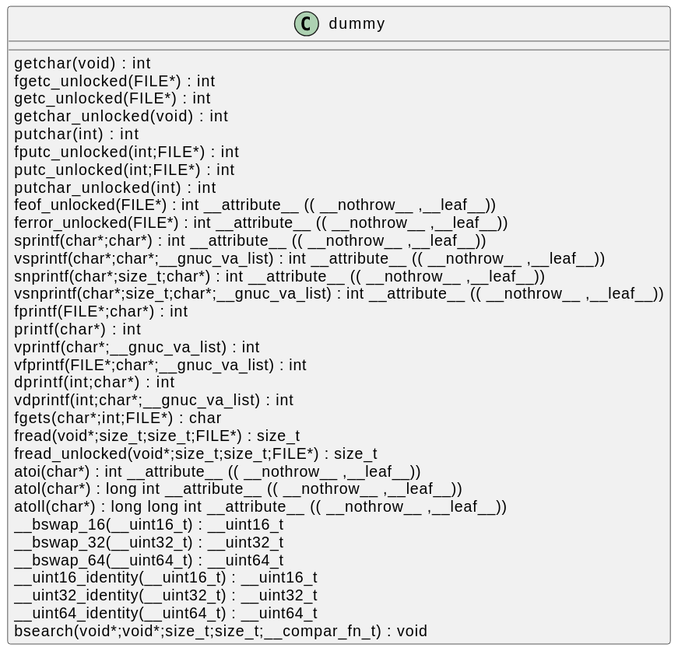
Before: docs/qc/crypto/evp/e_rc4.c.svg, a diagram exported from PlantUML (qualitesys/openssl).
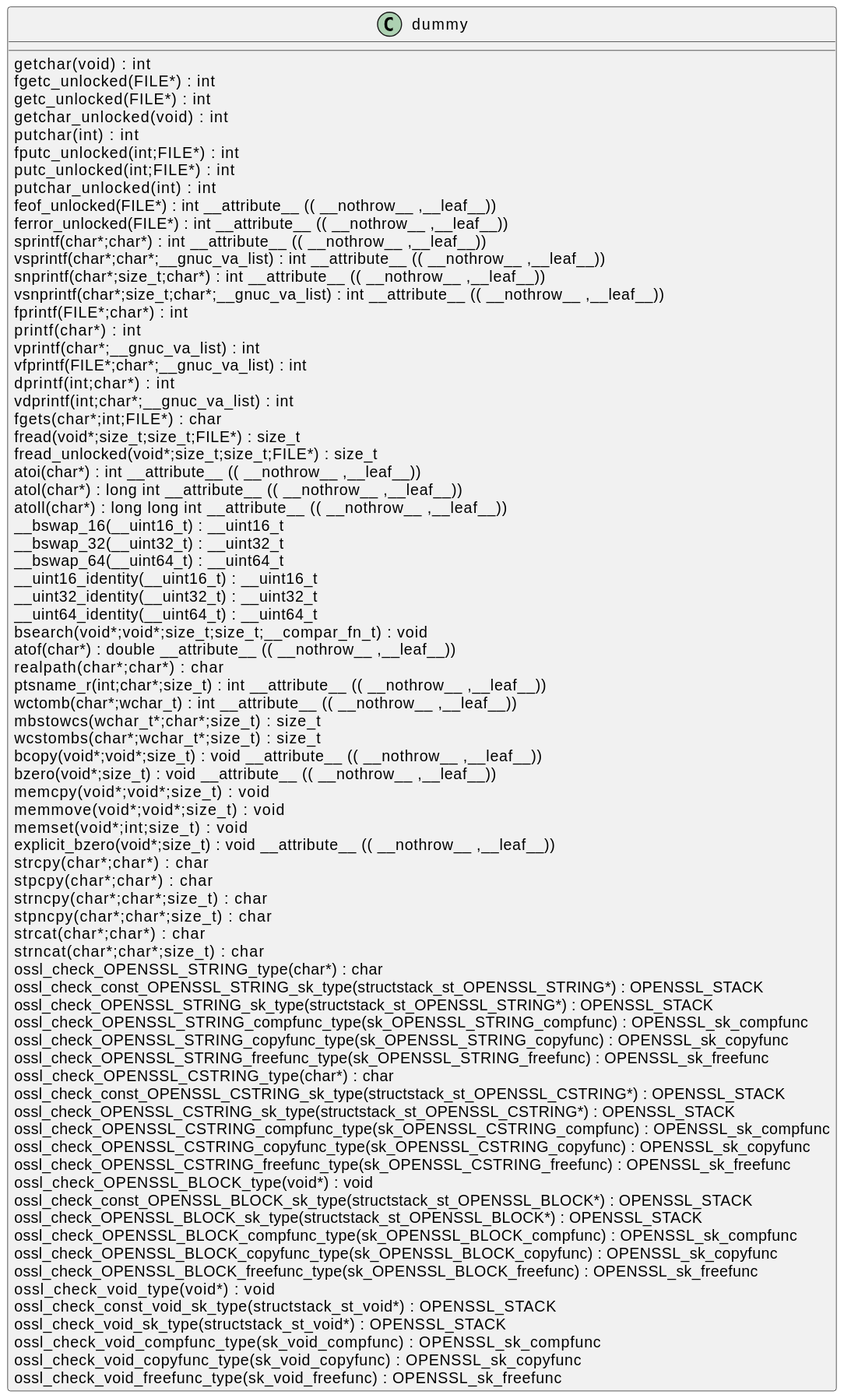
After the commit.

The edit, as a diff of the source:
```diff
@@ -34,5 +34,47 @@
 __uint32_identity(__uint32_t) : __uint32_t [[[./../../.././qc/crypto/evp/e_rc4.c.html#1432]]]
 __uint64_identity(__uint64_t) : __uint64_t [[[./../../.././qc/crypto/evp/e_rc4.c.html#1438]]]
 bsearch(void*;void*;size_t;size_t;__compar_fn_t) :  void  [[[./../../.././qc/crypto/evp/e_rc4.c.html#2106]]]
+atof(char*) :  double  __attribute__ (( __nothrow__ ,__leaf__)) [[[./../../.././qc/crypto/evp/e_rc4.c.html#1]]]
+realpath(char*;char*) :  char  [[[./../../.././qc/crypto/evp/e_rc4.c.html#1]]]
+ptsname_r(int;char*;size_t) :  int  __attribute__ (( __nothrow__ ,__leaf__)) [[[./../../.././qc/crypto/evp/e_rc4.c.html#1]]]
+wctomb(char*;wchar_t) :  int  __attribute__ (( __nothrow__ ,__leaf__)) [[[./../../.././qc/crypto/evp/e_rc4.c.html#1]]]
+mbstowcs(wchar_t*;char*;size_t) : size_t [[[./../../.././qc/crypto/evp/e_rc4.c.html#1]]]
+wcstombs(char*;wchar_t*;size_t) : size_t [[[./../../.././qc/crypto/evp/e_rc4.c.html#1]]]
+bcopy(void*;void*;size_t) :  void  __attribute__ (( __nothrow__ ,__leaf__)) [[[./../../.././qc/crypto/evp/e_rc4.c.html#1]]]
+bzero(void*;size_t) :  void  __attribute__ (( __nothrow__ ,__leaf__)) [[[./../../.././qc/crypto/evp/e_rc4.c.html#1]]]
+memcpy(void*;void*;size_t) :  void  [[[./../../.././qc/crypto/evp/e_rc4.c.html#1]]]
+memmove(void*;void*;size_t) :  void  [[[./../../.././qc/crypto/evp/e_rc4.c.html#1]]]
+memset(void*;int;size_t) :  void  [[[./../../.././qc/crypto/evp/e_rc4.c.html#1]]]
+explicit_bzero(void*;size_t) :  void  __attribute__ (( __nothrow__ ,__leaf__)) [[[./../../.././qc/crypto/evp/e_rc4.c.html#1]]]
+strcpy(char*;char*) :  char  [[[./../../.././qc/crypto/evp/e_rc4.c.html#1]]]
+stpcpy(char*;char*) :  char  [[[./../../.././qc/crypto/evp/e_rc4.c.html#1]]]
+strncpy(char*;char*;size_t) :  char  [[[./../../.././qc/crypto/evp/e_rc4.c.html#1]]]
+stpncpy(char*;char*;size_t) :  char  [[[./../../.././qc/crypto/evp/e_rc4.c.html#1]]]
+strcat(char*;char*) :  char  [[[./../../.././qc/crypto/evp/e_rc4.c.html#1]]]
+strncat(char*;char*;size_t) :  char  [[[./../../.././qc/crypto/evp/e_rc4.c.html#1]]]
+ossl_check_OPENSSL_STRING_type(char*) :  char  [[[./../../.././qc/crypto/evp/e_rc4.c.html#1]]]
+ossl_check_const_OPENSSL_STRING_sk_type(structstack_st_OPENSSL_STRING*) : OPENSSL_STACK [[[./../../.././qc/crypto/evp/e_rc4.c.html#1]]]
+ossl_check_OPENSSL_STRING_sk_type(structstack_st_OPENSSL_STRING*) : OPENSSL_STACK [[[./../../.././qc/crypto/evp/e_rc4.c.html#1]]]
+ossl_check_OPENSSL_STRING_compfunc_type(sk_OPENSSL_STRING_compfunc) : OPENSSL_sk_compfunc [[[./../../.././qc/crypto/evp/e_rc4.c.html#1]]]
+ossl_check_OPENSSL_STRING_copyfunc_type(sk_OPENSSL_STRING_copyfunc) : OPENSSL_sk_copyfunc [[[./../../.././qc/crypto/evp/e_rc4.c.html#1]]]
+ossl_check_OPENSSL_STRING_freefunc_type(sk_OPENSSL_STRING_freefunc) : OPENSSL_sk_freefunc [[[./../../.././qc/crypto/evp/e_rc4.c.html#1]]]
+ossl_check_OPENSSL_CSTRING_type(char*) :  char  [[[./../../.././qc/crypto/evp/e_rc4.c.html#1]]]
+ossl_check_const_OPENSSL_CSTRING_sk_type(structstack_st_OPENSSL_CSTRING*) : OPENSSL_STACK [[[./../../.././qc/crypto/evp/e_rc4.c.html#1]]]
+ossl_check_OPENSSL_CSTRING_sk_type(structstack_st_OPENSSL_CSTRING*) : OPENSSL_STACK [[[./../../.././qc/crypto/evp/e_rc4.c.html#1]]]
+ossl_check_OPENSSL_CSTRING_compfunc_type(sk_OPENSSL_CSTRING_compfunc) : OPENSSL_sk_compfunc [[[./../../.././qc/crypto/evp/e_rc4.c.html#1]]]
+ossl_check_OPENSSL_CSTRING_copyfunc_type(sk_OPENSSL_CSTRING_copyfunc) : OPENSSL_sk_copyfunc [[[./../../.././qc/crypto/evp/e_rc4.c.html#1]]]
+ossl_check_OPENSSL_CSTRING_freefunc_type(sk_OPENSSL_CSTRING_freefunc) : OPENSSL_sk_freefunc [[[./../../.././qc/crypto/evp/e_rc4.c.html#1]]]
+ossl_check_OPENSSL_BLOCK_type(void*) :  void  [[[./../../.././qc/crypto/evp/e_rc4.c.html#1]]]
+ossl_check_const_OPENSSL_BLOCK_sk_type(structstack_st_OPENSSL_BLOCK*) : OPENSSL_STACK [[[./../../.././qc/crypto/evp/e_rc4.c.html#1]]]
+ossl_check_OPENSSL_BLOCK_sk_type(structstack_st_OPENSSL_BLOCK*) : OPENSSL_STACK [[[./../../.././qc/crypto/evp/e_rc4.c.html#1]]]
+ossl_check_OPENSSL_BLOCK_compfunc_type(sk_OPENSSL_BLOCK_compfunc) : OPENSSL_sk_compfunc [[[./../../.././qc/crypto/evp/e_rc4.c.html#1]]]
+ossl_check_OPENSSL_BLOCK_copyfunc_type(sk_OPENSSL_BLOCK_copyfunc) : OPENSSL_sk_copyfunc [[[./../../.././qc/crypto/evp/e_rc4.c.html#1]]]
+ossl_check_OPENSSL_BLOCK_freefunc_type(sk_OPENSSL_BLOCK_freefunc) : OPENSSL_sk_freefunc [[[./../../.././qc/crypto/evp/e_rc4.c.html#1]]]
+ossl_check_void_type(void*) :  void  [[[./../../.././qc/crypto/evp/e_rc4.c.html#1]]]
+ossl_check_const_void_sk_type(structstack_st_void*) : OPENSSL_STACK [[[./../../.././qc/crypto/evp/e_rc4.c.html#1]]]
+ossl_check_void_sk_type(structstack_st_void*) : OPENSSL_STACK [[[./../../.././qc/crypto/evp/e_rc4.c.html#1]]]
+ossl_check_void_compfunc_type(sk_void_compfunc) : OPENSSL_sk_compfunc [[[./../../.././qc/crypto/evp/e_rc4.c.html#1]]]
+ossl_check_void_copyfunc_type(sk_void_copyfunc) : OPENSSL_sk_copyfunc [[[./../../.././qc/crypto/evp/e_rc4.c.html#1]]]
+ossl_check_void_freefunc_type(sk_void_freefunc) : OPENSSL_sk_freefunc [[[./../../.././qc/crypto/evp/e_rc4.c.html#1]]]
 }
 @enduml
```
